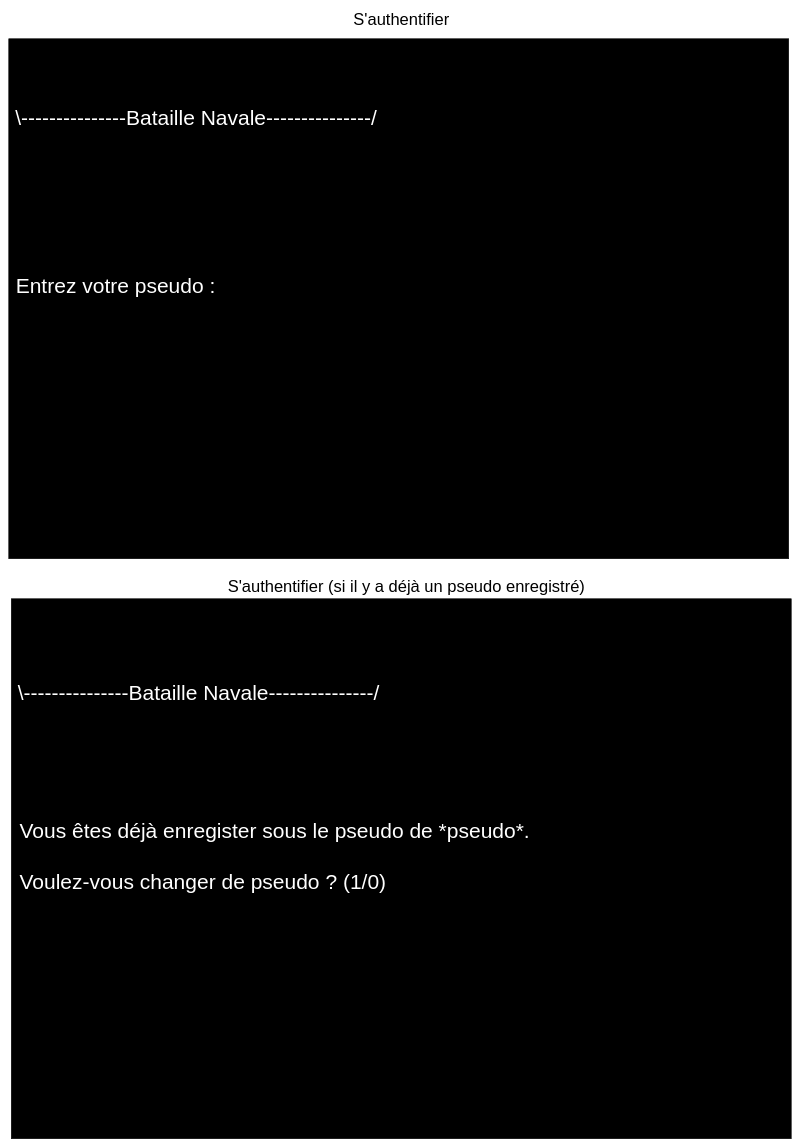
Above: page "S'authentifier" (4 of 5) of Maquette - Bataille Navale_YF.drawio in YFanha/Bataille-Navale (draw.io), before the change. Source tidied: cells renumbered, new cells numbered last; positions are measured from the earlier drawing's top-left corner, leaving out a move shared by most shapes. Both pictures are drawn from the tidied source at 50%, with x=0, y=0 at pixel (8, 11).
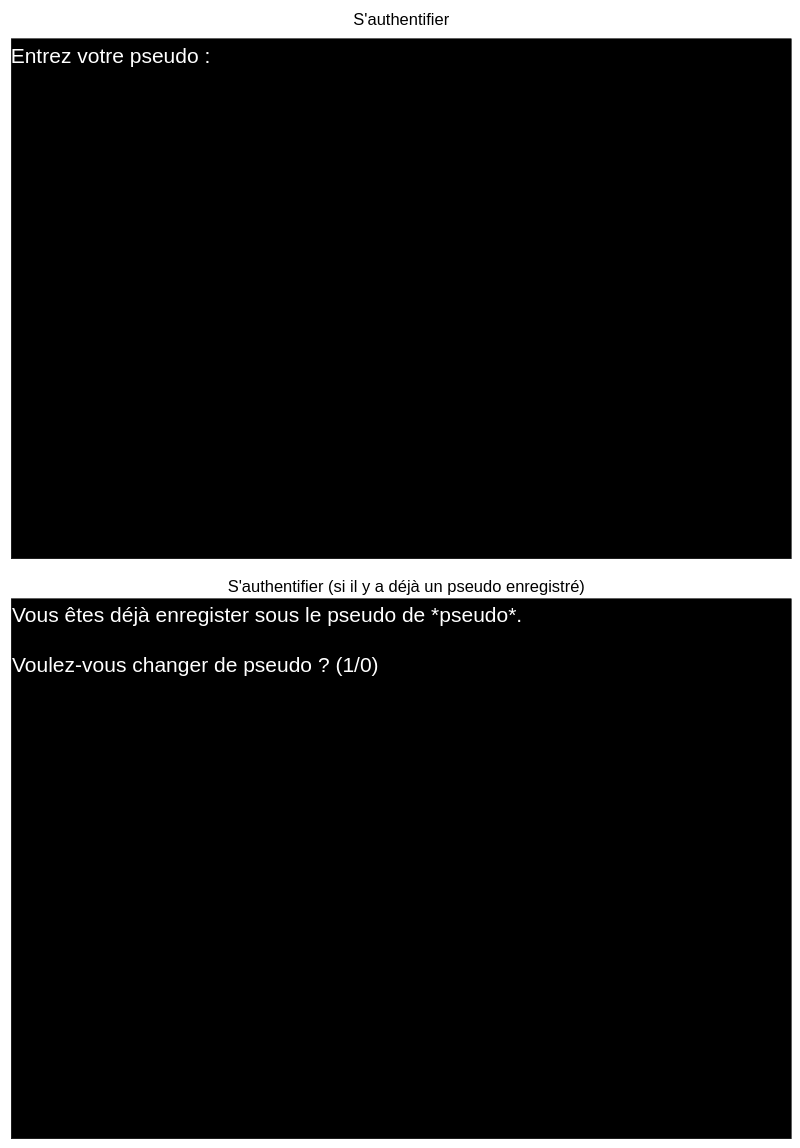
After the change.

Change to the diagram source:
```diff
@@
 <mxGraphModel>
   <root>
     <mxCell id="0" />
     <mxCell id="1" parent="0" />
     <mxCell id="2" style="group;" parent="1" vertex="1">
-      <mxGeometry y="55" width="1560" height="1040" as="geometry" />
+      <mxGeometry x="5" y="55" width="1560" height="1040" as="geometry" />
     </mxCell>
     <mxCell id="3" style="group;" parent="2" vertex="1">
       <mxGeometry width="1560" height="1040" as="geometry" />
     </mxCell>
     <mxCell id="4" style="rounded=0;whiteSpace=wrap;html=1;strokeColor=#000000;fillColor=#000000;" parent="3" vertex="1">
       <mxGeometry width="1560" height="1040" as="geometry" />
     </mxCell>
-    <mxCell id="5" value="&lt;font style=&quot;font-size: 42px&quot; color=&quot;#ffffff&quot;&gt;\---------------Bataille Navale---------------/&lt;/font&gt;" style="text;html=1;strokeColor=none;fillColor=none;align=center;verticalAlign=middle;whiteSpace=wrap;rounded=0;" parent="3" vertex="1">
-      <mxGeometry y="110" width="750" height="97.5" as="geometry" />
-    </mxCell>
     <mxCell id="6" value="&lt;font style=&quot;font-size: 42px&quot;&gt;&lt;span style=&quot;color: rgb(255 , 255 , 255)&quot;&gt;Entrez votre pseudo :&lt;/span&gt;&lt;br style=&quot;color: rgb(255 , 255 , 255)&quot;&gt;&lt;/font&gt;&lt;div style=&quot;color: rgb(255 , 255 , 255) ; text-align: left ; font-size: 42px&quot;&gt;&lt;br&gt;&lt;/div&gt;" style="text;html=1;strokeColor=none;fillColor=none;align=center;verticalAlign=middle;whiteSpace=wrap;rounded=0;" parent="3" vertex="1">
-      <mxGeometry x="10" y="460" width="407.6" height="120" as="geometry" />
+      <mxGeometry x="-5" width="407.6" height="120" as="geometry" />
     </mxCell>
     <mxCell id="7" value="&lt;font&gt;&lt;font style=&quot;font-size: 33px&quot;&gt;S'authentifier&lt;/font&gt;&lt;br&gt;&lt;/font&gt;" style="text;html=1;align=center;verticalAlign=middle;" parent="1" vertex="1">
       <mxGeometry x="680" width="210" height="30" as="geometry" />
     </mxCell>
     <mxCell id="8" style="group;" parent="1" vertex="1">
       <mxGeometry x="5" y="1175" width="1560" height="1080" as="geometry" />
     </mxCell>
     <mxCell id="9" style="group;" parent="8" vertex="1">
       <mxGeometry width="1560" height="1080" as="geometry" />
     </mxCell>
     <mxCell id="10" style="rounded=0;whiteSpace=wrap;html=1;strokeColor=#000000;fillColor=#000000;" parent="9" vertex="1">
       <mxGeometry width="1560" height="1080" as="geometry" />
     </mxCell>
-    <mxCell id="11" value="&lt;font style=&quot;font-size: 42px&quot;&gt;&lt;font color=&quot;#ffffff&quot; style=&quot;font-size: 42px&quot;&gt;Vous êtes déjà enregister sous le pseudo de *pseudo*.&lt;br&gt;&lt;br&gt;Voulez-vous changer de pseudo ? (1/0)&lt;br&gt;&lt;/font&gt;&lt;br&gt;&lt;/font&gt;" style="text;html=1;strokeColor=none;fillColor=none;align=left;verticalAlign=middle;whiteSpace=wrap;rounded=0;" parent="9" vertex="1">
-      <mxGeometry x="15" y="270" width="1075.2" height="540" as="geometry" />
+    <mxCell id="11" value="&lt;font style=&quot;font-size: 42px&quot;&gt;&lt;font color=&quot;#ffffff&quot; style=&quot;font-size: 42px&quot;&gt;Vous êtes déjà enregister sous le pseudo de *pseudo*.&lt;br&gt;&lt;br&gt;Voulez-vous changer de pseudo ? (1/0)&lt;br&gt;&lt;/font&gt;&lt;br&gt;&lt;/font&gt;" style="text;html=1;strokeColor=none;fillColor=none;align=left;verticalAlign=top;whiteSpace=wrap;rounded=0;horizontal=1;" parent="9" vertex="1">
+      <mxGeometry width="1075.2" height="540" as="geometry" />
     </mxCell>
-    <mxCell id="12" value="&lt;font style=&quot;font-size: 42px&quot; color=&quot;#ffffff&quot;&gt;\---------------Bataille Navale---------------/&lt;/font&gt;" style="text;html=1;strokeColor=none;fillColor=none;align=center;verticalAlign=middle;whiteSpace=wrap;rounded=0;" parent="9" vertex="1">
-      <mxGeometry y="140" width="750" height="97.5" as="geometry" />
-    </mxCell>
     <mxCell id="13" value="&lt;font&gt;&lt;font style=&quot;font-size: 33px&quot;&gt;S'authentifier (si il y a déjà un pseudo enregistré)&lt;/font&gt;&lt;br&gt;&lt;/font&gt;" style="text;html=1;align=center;verticalAlign=middle;" parent="1" vertex="1">
       <mxGeometry x="430" y="1135" width="730" height="30" as="geometry" />
     </mxCell>
   </root>
 </mxGraphModel>
```
